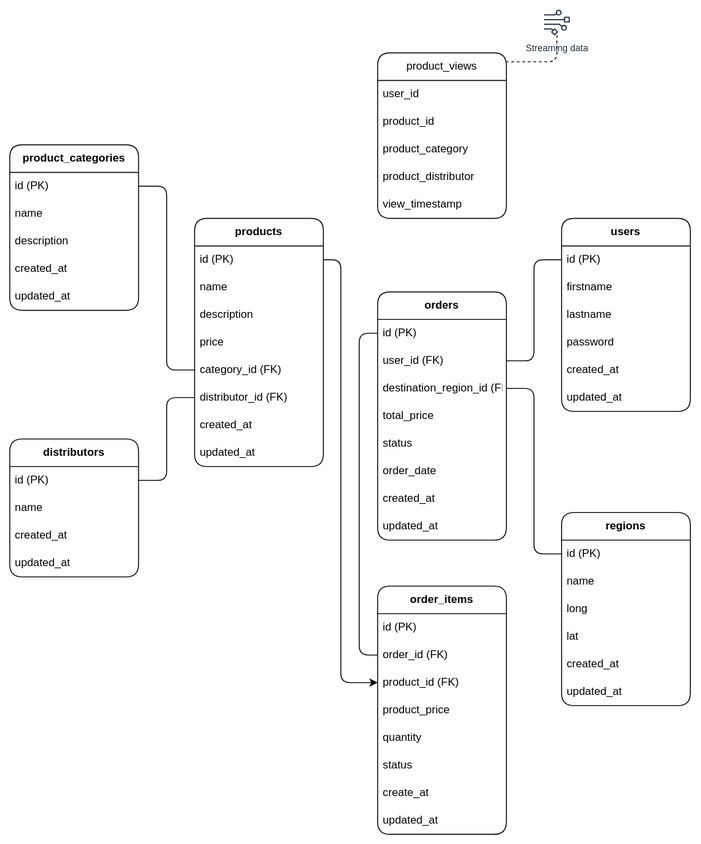
Before: resources/architecture/datamodel-sales-v1.drawio.svg, a diagram exported from draw.io (enricogoerlitz/explore-azure-databricks). Source tidied: cells renumbered, new cells last; positions are measured from the earlier drawing's top-left corner, leaving out a move shared by most shapes. Its diagram source:
```xml
<mxGraphModel background="#ffffff">
  <root>
    <mxCell id="0" />
    <mxCell id="1" parent="0" />
    <mxCell id="2" value="&lt;b&gt;users&lt;/b&gt;" style="swimlane;fontStyle=0;horizontal=1;startSize=30;whiteSpace=wrap;html=1;fillColor=default;rounded=1;" parent="1" vertex="1">
      <mxGeometry x="600" y="227" width="140" height="210" as="geometry" />
    </mxCell>
    <mxCell id="3" value="id (PK)" style="text;strokeColor=none;fillColor=none;align=left;verticalAlign=middle;spacingLeft=4;spacingRight=4;overflow=hidden;points=[[0,0.5],[1,0.5]];portConstraint=eastwest;whiteSpace=wrap;html=1;rounded=1;" parent="2" vertex="1">
      <mxGeometry y="30" width="140" height="30" as="geometry" />
    </mxCell>
    <mxCell id="4" value="firstname" style="text;strokeColor=none;fillColor=none;align=left;verticalAlign=middle;spacingLeft=4;spacingRight=4;overflow=hidden;whiteSpace=wrap;html=1;rounded=1;" parent="2" vertex="1">
      <mxGeometry y="60" width="140" height="30" as="geometry" />
    </mxCell>
    <mxCell id="5" value="lastname" style="text;strokeColor=none;fillColor=none;align=left;verticalAlign=middle;spacingLeft=4;spacingRight=4;overflow=hidden;whiteSpace=wrap;html=1;rounded=1;" parent="2" vertex="1">
      <mxGeometry y="90" width="140" height="30" as="geometry" />
    </mxCell>
    <mxCell id="6" value="password" style="text;strokeColor=none;fillColor=none;align=left;verticalAlign=middle;spacingLeft=4;spacingRight=4;overflow=hidden;whiteSpace=wrap;html=1;rounded=1;" parent="2" vertex="1">
      <mxGeometry y="120" width="140" height="30" as="geometry" />
    </mxCell>
    <mxCell id="7" value="created_at" style="text;strokeColor=none;fillColor=none;align=left;verticalAlign=middle;spacingLeft=4;spacingRight=4;overflow=hidden;whiteSpace=wrap;html=1;rounded=1;" parent="2" vertex="1">
      <mxGeometry y="150" width="140" height="30" as="geometry" />
    </mxCell>
    <mxCell id="8" value="&lt;div&gt;updated_at&lt;/div&gt;" style="text;strokeColor=none;fillColor=none;align=left;verticalAlign=middle;spacingLeft=4;spacingRight=4;overflow=hidden;whiteSpace=wrap;html=1;rounded=1;" parent="2" vertex="1">
      <mxGeometry y="180" width="140" height="30" as="geometry" />
    </mxCell>
    <mxCell id="9" value="&lt;b&gt;distributors&lt;/b&gt;" style="swimlane;fontStyle=0;horizontal=1;startSize=30;whiteSpace=wrap;html=1;fillColor=default;rounded=1;" parent="1" vertex="1">
      <mxGeometry y="467" width="140" height="150" as="geometry" />
    </mxCell>
    <mxCell id="10" value="id (PK)" style="text;strokeColor=none;fillColor=none;align=left;verticalAlign=middle;spacingLeft=4;spacingRight=4;overflow=hidden;points=[[0,0.5],[1,0.5]];portConstraint=eastwest;whiteSpace=wrap;html=1;rounded=1;" parent="9" vertex="1">
      <mxGeometry y="30" width="140" height="30" as="geometry" />
    </mxCell>
    <mxCell id="11" value="name" style="text;strokeColor=none;fillColor=none;align=left;verticalAlign=middle;spacingLeft=4;spacingRight=4;overflow=hidden;whiteSpace=wrap;html=1;rounded=1;" parent="9" vertex="1">
      <mxGeometry y="60" width="140" height="30" as="geometry" />
    </mxCell>
    <mxCell id="12" value="created_at" style="text;strokeColor=none;fillColor=none;align=left;verticalAlign=middle;spacingLeft=4;spacingRight=4;overflow=hidden;whiteSpace=wrap;html=1;rounded=1;" parent="9" vertex="1">
      <mxGeometry y="90" width="140" height="30" as="geometry" />
    </mxCell>
    <mxCell id="13" value="&lt;div&gt;updated_at&lt;/div&gt;" style="text;strokeColor=none;fillColor=none;align=left;verticalAlign=middle;spacingLeft=4;spacingRight=4;overflow=hidden;whiteSpace=wrap;html=1;rounded=1;" parent="9" vertex="1">
      <mxGeometry y="120" width="140" height="30" as="geometry" />
    </mxCell>
    <mxCell id="14" value="&lt;b&gt;product_categories&lt;/b&gt;" style="swimlane;fontStyle=0;horizontal=1;startSize=30;whiteSpace=wrap;html=1;fillColor=default;rounded=1;" parent="1" vertex="1">
      <mxGeometry y="147" width="140" height="180" as="geometry" />
    </mxCell>
    <mxCell id="15" value="id (PK)" style="text;strokeColor=none;fillColor=none;align=left;verticalAlign=middle;spacingLeft=4;spacingRight=4;overflow=hidden;points=[[0,0.5],[1,0.5]];portConstraint=eastwest;whiteSpace=wrap;html=1;rounded=1;" parent="14" vertex="1">
      <mxGeometry y="30" width="140" height="30" as="geometry" />
    </mxCell>
    <mxCell id="16" value="name" style="text;strokeColor=none;fillColor=none;align=left;verticalAlign=middle;spacingLeft=4;spacingRight=4;overflow=hidden;whiteSpace=wrap;html=1;rounded=1;" parent="14" vertex="1">
      <mxGeometry y="60" width="140" height="30" as="geometry" />
    </mxCell>
    <mxCell id="17" value="description" style="text;strokeColor=none;fillColor=none;align=left;verticalAlign=middle;spacingLeft=4;spacingRight=4;overflow=hidden;whiteSpace=wrap;html=1;rounded=1;" parent="14" vertex="1">
      <mxGeometry y="90" width="140" height="30" as="geometry" />
    </mxCell>
    <mxCell id="18" value="created_at" style="text;strokeColor=none;fillColor=none;align=left;verticalAlign=middle;spacingLeft=4;spacingRight=4;overflow=hidden;whiteSpace=wrap;html=1;rounded=1;" parent="14" vertex="1">
      <mxGeometry y="120" width="140" height="30" as="geometry" />
    </mxCell>
    <mxCell id="19" value="&lt;div&gt;updated_at&lt;/div&gt;" style="text;strokeColor=none;fillColor=none;align=left;verticalAlign=middle;spacingLeft=4;spacingRight=4;overflow=hidden;whiteSpace=wrap;html=1;rounded=1;" parent="14" vertex="1">
      <mxGeometry y="150" width="140" height="30" as="geometry" />
    </mxCell>
    <mxCell id="20" value="&lt;b&gt;regions&lt;/b&gt;" style="swimlane;fontStyle=0;horizontal=1;startSize=30;whiteSpace=wrap;html=1;fillColor=default;rounded=1;" parent="1" vertex="1">
      <mxGeometry x="600" y="547" width="140" height="210" as="geometry" />
    </mxCell>
    <mxCell id="21" value="id (PK)" style="text;strokeColor=none;fillColor=none;align=left;verticalAlign=middle;spacingLeft=4;spacingRight=4;overflow=hidden;points=[[0,0.5],[1,0.5]];portConstraint=eastwest;whiteSpace=wrap;html=1;rounded=1;" parent="20" vertex="1">
      <mxGeometry y="30" width="140" height="30" as="geometry" />
    </mxCell>
    <mxCell id="22" value="name" style="text;strokeColor=none;fillColor=none;align=left;verticalAlign=middle;spacingLeft=4;spacingRight=4;overflow=hidden;whiteSpace=wrap;html=1;rounded=1;" parent="20" vertex="1">
      <mxGeometry y="60" width="140" height="30" as="geometry" />
    </mxCell>
    <mxCell id="23" value="long" style="text;strokeColor=none;fillColor=none;align=left;verticalAlign=middle;spacingLeft=4;spacingRight=4;overflow=hidden;whiteSpace=wrap;html=1;rounded=1;" parent="20" vertex="1">
      <mxGeometry y="90" width="140" height="30" as="geometry" />
    </mxCell>
    <mxCell id="24" value="lat" style="text;strokeColor=none;fillColor=none;align=left;verticalAlign=middle;spacingLeft=4;spacingRight=4;overflow=hidden;whiteSpace=wrap;html=1;rounded=1;" parent="20" vertex="1">
      <mxGeometry y="120" width="140" height="30" as="geometry" />
    </mxCell>
    <mxCell id="25" value="created_at" style="text;strokeColor=none;fillColor=none;align=left;verticalAlign=middle;spacingLeft=4;spacingRight=4;overflow=hidden;whiteSpace=wrap;html=1;rounded=1;" parent="20" vertex="1">
      <mxGeometry y="150" width="140" height="30" as="geometry" />
    </mxCell>
    <mxCell id="26" value="&lt;div&gt;updated_at&lt;/div&gt;" style="text;strokeColor=none;fillColor=none;align=left;verticalAlign=middle;spacingLeft=4;spacingRight=4;overflow=hidden;whiteSpace=wrap;html=1;rounded=1;" parent="20" vertex="1">
      <mxGeometry y="180" width="140" height="30" as="geometry" />
    </mxCell>
    <mxCell id="27" value="&lt;b&gt;products&lt;/b&gt;" style="swimlane;fontStyle=0;horizontal=1;startSize=30;whiteSpace=wrap;html=1;fillColor=default;rounded=1;" parent="1" vertex="1">
      <mxGeometry x="201" y="227" width="140" height="270" as="geometry" />
    </mxCell>
    <mxCell id="28" value="id (PK)" style="text;strokeColor=none;fillColor=none;align=left;verticalAlign=middle;spacingLeft=4;spacingRight=4;overflow=hidden;points=[[0,0.5],[1,0.5]];portConstraint=eastwest;whiteSpace=wrap;html=1;rounded=1;" parent="27" vertex="1">
      <mxGeometry y="30" width="140" height="30" as="geometry" />
    </mxCell>
    <mxCell id="29" value="name" style="text;strokeColor=none;fillColor=none;align=left;verticalAlign=middle;spacingLeft=4;spacingRight=4;overflow=hidden;whiteSpace=wrap;html=1;rounded=1;" parent="27" vertex="1">
      <mxGeometry y="60" width="140" height="30" as="geometry" />
    </mxCell>
    <mxCell id="30" value="description" style="text;strokeColor=none;fillColor=none;align=left;verticalAlign=middle;spacingLeft=4;spacingRight=4;overflow=hidden;whiteSpace=wrap;html=1;rounded=1;" parent="27" vertex="1">
      <mxGeometry y="90" width="140" height="30" as="geometry" />
    </mxCell>
    <mxCell id="31" value="price" style="text;strokeColor=none;fillColor=none;align=left;verticalAlign=middle;spacingLeft=4;spacingRight=4;overflow=hidden;whiteSpace=wrap;html=1;rounded=1;" parent="27" vertex="1">
      <mxGeometry y="120" width="140" height="30" as="geometry" />
    </mxCell>
    <mxCell id="32" value="category_id (FK)" style="text;strokeColor=none;fillColor=none;align=left;verticalAlign=middle;spacingLeft=4;spacingRight=4;overflow=hidden;points=[[0,0.5],[1,0.5]];portConstraint=eastwest;whiteSpace=wrap;html=1;rounded=1;" parent="27" vertex="1">
      <mxGeometry y="150" width="140" height="30" as="geometry" />
    </mxCell>
    <mxCell id="33" value="distributor_id (FK)" style="text;strokeColor=none;fillColor=none;align=left;verticalAlign=middle;spacingLeft=4;spacingRight=4;overflow=hidden;points=[[0,0.5],[1,0.5]];portConstraint=eastwest;whiteSpace=wrap;html=1;rounded=1;" parent="27" vertex="1">
      <mxGeometry y="180" width="140" height="30" as="geometry" />
    </mxCell>
    <mxCell id="34" value="created_at" style="text;strokeColor=none;fillColor=none;align=left;verticalAlign=middle;spacingLeft=4;spacingRight=4;overflow=hidden;whiteSpace=wrap;html=1;rounded=1;" parent="27" vertex="1">
      <mxGeometry y="210" width="140" height="30" as="geometry" />
    </mxCell>
    <mxCell id="35" value="&lt;div&gt;updated_at&lt;/div&gt;" style="text;strokeColor=none;fillColor=none;align=left;verticalAlign=middle;spacingLeft=4;spacingRight=4;overflow=hidden;whiteSpace=wrap;html=1;rounded=1;" parent="27" vertex="1">
      <mxGeometry y="240" width="140" height="30" as="geometry" />
    </mxCell>
    <mxCell id="36" value="&lt;b&gt;orders&lt;/b&gt;" style="swimlane;fontStyle=0;horizontal=1;startSize=30;whiteSpace=wrap;html=1;fillColor=default;rounded=1;" parent="1" vertex="1">
      <mxGeometry x="400" y="307" width="140" height="270" as="geometry" />
    </mxCell>
    <mxCell id="37" value="id (PK)" style="text;strokeColor=none;fillColor=none;align=left;verticalAlign=middle;spacingLeft=4;spacingRight=4;overflow=hidden;points=[[0,0.5],[1,0.5]];portConstraint=eastwest;whiteSpace=wrap;html=1;rounded=1;" parent="36" vertex="1">
      <mxGeometry y="30" width="140" height="30" as="geometry" />
    </mxCell>
    <mxCell id="38" value="user_id&amp;nbsp;(FK)" style="text;strokeColor=none;fillColor=none;align=left;verticalAlign=middle;spacingLeft=4;spacingRight=4;overflow=hidden;points=[[0,0.5],[1,0.5]];portConstraint=eastwest;whiteSpace=wrap;html=1;rounded=1;" parent="36" vertex="1">
      <mxGeometry y="60" width="140" height="30" as="geometry" />
    </mxCell>
    <mxCell id="39" value="destination_region_id&amp;nbsp;(FK)" style="text;strokeColor=none;fillColor=none;align=left;verticalAlign=middle;spacingLeft=4;spacingRight=4;overflow=hidden;points=[[0,0.5],[1,0.5]];portConstraint=eastwest;whiteSpace=wrap;html=1;rounded=1;" parent="36" vertex="1">
      <mxGeometry y="90" width="140" height="30" as="geometry" />
    </mxCell>
    <mxCell id="40" value="total_price" style="text;strokeColor=none;fillColor=none;align=left;verticalAlign=middle;spacingLeft=4;spacingRight=4;overflow=hidden;whiteSpace=wrap;html=1;rounded=1;" parent="36" vertex="1">
      <mxGeometry y="120" width="140" height="30" as="geometry" />
    </mxCell>
    <mxCell id="41" value="status" style="text;strokeColor=none;fillColor=none;align=left;verticalAlign=middle;spacingLeft=4;spacingRight=4;overflow=hidden;whiteSpace=wrap;html=1;rounded=1;" parent="36" vertex="1">
      <mxGeometry y="150" width="140" height="30" as="geometry" />
    </mxCell>
    <mxCell id="42" value="order_date" style="text;strokeColor=none;fillColor=none;align=left;verticalAlign=middle;spacingLeft=4;spacingRight=4;overflow=hidden;whiteSpace=wrap;html=1;rounded=1;" parent="36" vertex="1">
      <mxGeometry y="180" width="140" height="30" as="geometry" />
    </mxCell>
    <mxCell id="43" value="created_at" style="text;strokeColor=none;fillColor=none;align=left;verticalAlign=middle;spacingLeft=4;spacingRight=4;overflow=hidden;whiteSpace=wrap;html=1;rounded=1;" parent="36" vertex="1">
      <mxGeometry y="210" width="140" height="30" as="geometry" />
    </mxCell>
    <mxCell id="44" value="updated_at" style="text;strokeColor=none;fillColor=none;align=left;verticalAlign=middle;spacingLeft=4;spacingRight=4;overflow=hidden;whiteSpace=wrap;html=1;rounded=1;" parent="36" vertex="1">
      <mxGeometry y="240" width="140" height="30" as="geometry" />
    </mxCell>
    <mxCell id="45" value="&lt;b&gt;order_items&lt;/b&gt;" style="swimlane;fontStyle=0;horizontal=1;startSize=30;whiteSpace=wrap;html=1;fillColor=default;rounded=1;" parent="1" vertex="1">
      <mxGeometry x="400" y="627" width="140" height="270" as="geometry" />
    </mxCell>
    <mxCell id="46" value="id (PK)" style="text;strokeColor=none;fillColor=none;align=left;verticalAlign=middle;spacingLeft=4;spacingRight=4;overflow=hidden;whiteSpace=wrap;html=1;rounded=1;" parent="45" vertex="1">
      <mxGeometry y="30" width="140" height="30" as="geometry" />
    </mxCell>
    <mxCell id="47" value="order_id (FK)" style="text;strokeColor=none;fillColor=none;align=left;verticalAlign=middle;spacingLeft=4;spacingRight=4;overflow=hidden;points=[[0,0.5],[1,0.5]];portConstraint=eastwest;whiteSpace=wrap;html=1;rounded=1;" parent="45" vertex="1">
      <mxGeometry y="60" width="140" height="30" as="geometry" />
    </mxCell>
    <mxCell id="48" value="product_id (FK)" style="text;strokeColor=none;fillColor=none;align=left;verticalAlign=middle;spacingLeft=4;spacingRight=4;overflow=hidden;points=[[0,0.5],[1,0.5]];portConstraint=eastwest;whiteSpace=wrap;html=1;rounded=1;" parent="45" vertex="1">
      <mxGeometry y="90" width="140" height="30" as="geometry" />
    </mxCell>
    <mxCell id="49" value="product_price" style="text;strokeColor=none;fillColor=none;align=left;verticalAlign=middle;spacingLeft=4;spacingRight=4;overflow=hidden;whiteSpace=wrap;html=1;rounded=1;" parent="45" vertex="1">
      <mxGeometry y="120" width="140" height="30" as="geometry" />
    </mxCell>
    <mxCell id="50" value="quantity" style="text;strokeColor=none;fillColor=none;align=left;verticalAlign=middle;spacingLeft=4;spacingRight=4;overflow=hidden;whiteSpace=wrap;html=1;rounded=1;" parent="45" vertex="1">
      <mxGeometry y="150" width="140" height="30" as="geometry" />
    </mxCell>
    <mxCell id="51" value="status" style="text;strokeColor=none;fillColor=none;align=left;verticalAlign=middle;spacingLeft=4;spacingRight=4;overflow=hidden;whiteSpace=wrap;html=1;rounded=1;" parent="45" vertex="1">
      <mxGeometry y="180" width="140" height="30" as="geometry" />
    </mxCell>
    <mxCell id="52" value="create_at" style="text;strokeColor=none;fillColor=none;align=left;verticalAlign=middle;spacingLeft=4;spacingRight=4;overflow=hidden;whiteSpace=wrap;html=1;rounded=1;" parent="45" vertex="1">
      <mxGeometry y="210" width="140" height="30" as="geometry" />
    </mxCell>
    <mxCell id="53" value="updated_at" style="text;strokeColor=none;fillColor=none;align=left;verticalAlign=middle;spacingLeft=4;spacingRight=4;overflow=hidden;whiteSpace=wrap;html=1;rounded=1;" parent="45" vertex="1">
      <mxGeometry y="240" width="140" height="30" as="geometry" />
    </mxCell>
    <mxCell id="54" style="edgeStyle=orthogonalEdgeStyle;rounded=1;jettySize=auto;html=1;endArrow=none;endFill=0;" parent="1" edge="1" source="21" target="39">
      <mxGeometry relative="1" as="geometry" />
    </mxCell>
    <mxCell id="55" style="edgeStyle=orthogonalEdgeStyle;rounded=1;jettySize=auto;html=1;endArrow=none;endFill=0;" parent="1" edge="1" source="10" target="33">
      <mxGeometry relative="1" as="geometry" />
    </mxCell>
    <mxCell id="56" style="edgeStyle=orthogonalEdgeStyle;rounded=1;jettySize=auto;html=1;endArrow=none;endFill=0;" parent="1" edge="1" source="15" target="32">
      <mxGeometry relative="1" as="geometry" />
    </mxCell>
    <mxCell id="57" style="edgeStyle=orthogonalEdgeStyle;rounded=1;jettySize=auto;html=1;endArrow=none;endFill=0;" parent="1" edge="1" source="3" target="38">
      <mxGeometry relative="1" as="geometry" />
    </mxCell>
    <mxCell id="58" style="edgeStyle=orthogonalEdgeStyle;rounded=1;jettySize=auto;html=1;endArrow=none;endFill=0;dashed=1;exitX=0.995;exitY=0.054;exitDx=0;exitDy=0;exitPerimeter=0;" parent="1" edge="1" source="59" target="65">
      <mxGeometry relative="1" as="geometry" />
    </mxCell>
    <mxCell id="59" value="product_views" style="swimlane;fontStyle=0;horizontal=1;startSize=30;whiteSpace=wrap;html=1;rounded=1;" parent="1" vertex="1">
      <mxGeometry x="400" y="47" width="140" height="180" as="geometry" />
    </mxCell>
    <mxCell id="60" value="user_id" style="text;strokeColor=none;fillColor=none;align=left;verticalAlign=middle;spacingLeft=4;spacingRight=4;overflow=hidden;whiteSpace=wrap;html=1;rounded=1;" parent="59" vertex="1">
      <mxGeometry y="30" width="140" height="30" as="geometry" />
    </mxCell>
    <mxCell id="61" value="product_id" style="text;strokeColor=none;fillColor=none;align=left;verticalAlign=middle;spacingLeft=4;spacingRight=4;overflow=hidden;whiteSpace=wrap;html=1;rounded=1;" parent="59" vertex="1">
      <mxGeometry y="60" width="140" height="30" as="geometry" />
    </mxCell>
    <mxCell id="62" value="product_category" style="text;strokeColor=none;fillColor=none;align=left;verticalAlign=middle;spacingLeft=4;spacingRight=4;overflow=hidden;whiteSpace=wrap;html=1;rounded=1;" parent="59" vertex="1">
      <mxGeometry y="90" width="140" height="30" as="geometry" />
    </mxCell>
    <mxCell id="63" value="product_distributor" style="text;strokeColor=none;fillColor=none;align=left;verticalAlign=middle;spacingLeft=4;spacingRight=4;overflow=hidden;whiteSpace=wrap;html=1;rounded=1;" parent="59" vertex="1">
      <mxGeometry y="120" width="140" height="30" as="geometry" />
    </mxCell>
    <mxCell id="64" value="view_timestamp" style="text;strokeColor=none;fillColor=none;align=left;verticalAlign=middle;spacingLeft=4;spacingRight=4;overflow=hidden;whiteSpace=wrap;html=1;rounded=1;" parent="59" vertex="1">
      <mxGeometry y="150" width="140" height="30" as="geometry" />
    </mxCell>
    <mxCell id="65" value="&lt;font style=&quot;font-size: 10px;&quot;&gt;Streaming data&lt;/font&gt;" style="sketch=0;outlineConnect=0;fontColor=#232F3E;gradientColor=none;fillColor=#232F3D;strokeColor=none;dashed=0;verticalLabelPosition=bottom;verticalAlign=top;align=center;html=1;fontSize=12;fontStyle=0;shape=mxgraph.aws4.data_stream;rounded=1;" parent="1" vertex="1">
      <mxGeometry x="581" width="28" height="28" as="geometry" />
    </mxCell>
    <mxCell id="66" style="edgeStyle=orthogonalEdgeStyle;rounded=1;jettySize=auto;html=1;entryX=0;entryY=0.5;entryDx=0;entryDy=0;endArrow=none;endFill=0;" parent="1" edge="1" source="37" target="47">
      <mxGeometry relative="1" as="geometry" />
    </mxCell>
    <mxCell id="67" style="edgeStyle=orthogonalEdgeStyle;rounded=1;jettySize=auto;html=1;" parent="1" edge="1" source="28" target="48">
      <mxGeometry relative="1" as="geometry">
        <Array as="points">
          <mxPoint x="360" y="272" />
          <mxPoint x="360" y="732" />
        </Array>
      </mxGeometry>
    </mxCell>
  </root>
</mxGraphModel>
```
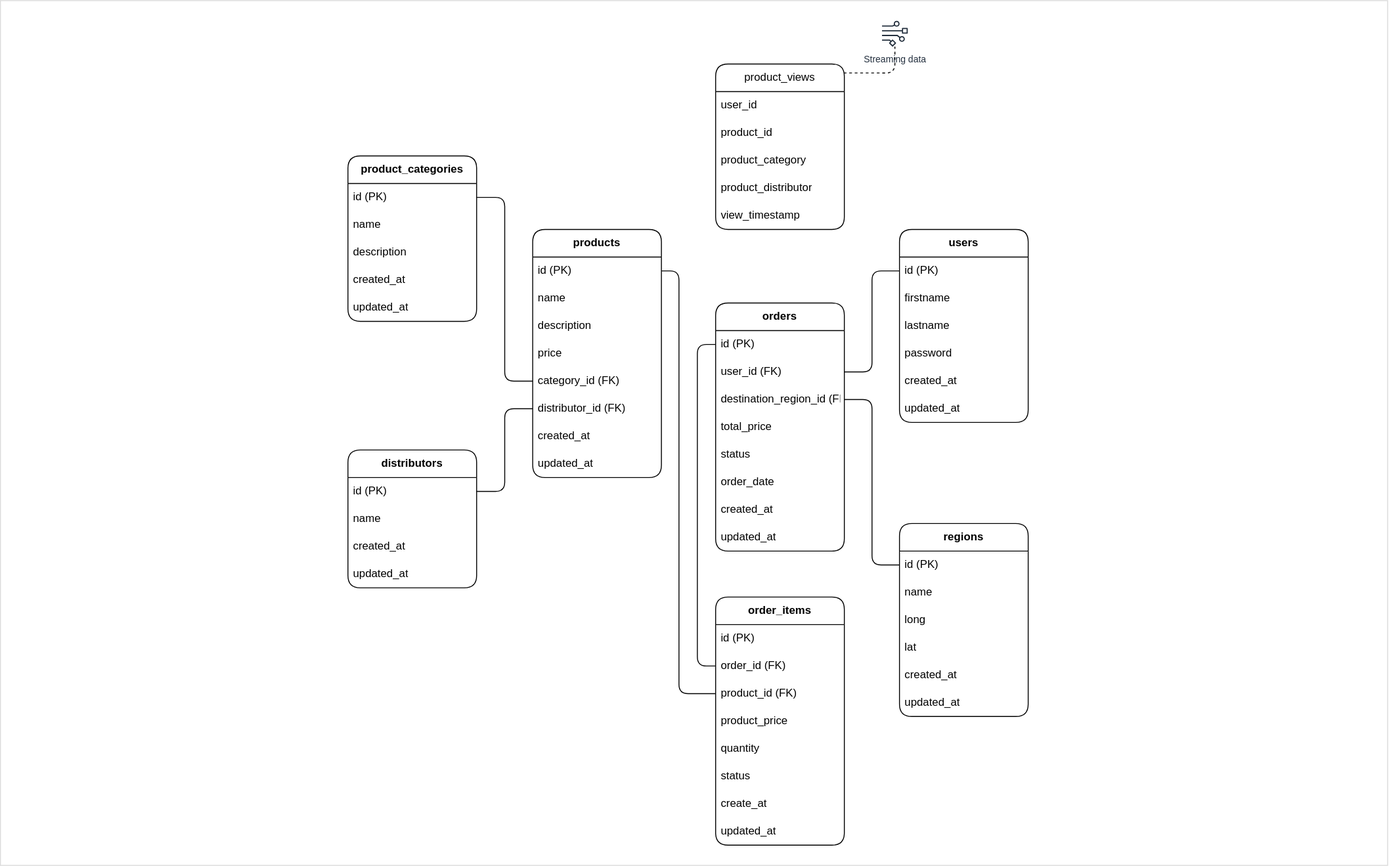
Above is the later version.

Diff of the diagram source:
```diff
@@ -197,7 +197,7 @@
     <mxCell id="66" style="edgeStyle=orthogonalEdgeStyle;rounded=1;jettySize=auto;html=1;entryX=0;entryY=0.5;entryDx=0;entryDy=0;endArrow=none;endFill=0;" parent="1" edge="1" source="37" target="47">
       <mxGeometry relative="1" as="geometry" />
     </mxCell>
-    <mxCell id="67" style="edgeStyle=orthogonalEdgeStyle;rounded=1;jettySize=auto;html=1;" parent="1" edge="1" source="28" target="48">
+    <mxCell id="67" style="edgeStyle=orthogonalEdgeStyle;rounded=1;jettySize=auto;html=1;endArrow=none;startFill=0;" parent="1" edge="1" source="28" target="48">
       <mxGeometry relative="1" as="geometry">
         <Array as="points">
           <mxPoint x="360" y="272" />
@@ -205,5 +205,8 @@
         </Array>
       </mxGeometry>
     </mxCell>
+    <mxCell id="68" style="rounded=0;whiteSpace=wrap;html=1;fillColor=none;strokeColor=light-dark(#dbdbdb, #ededed);strokeWidth=1;" parent="1" vertex="1">
+      <mxGeometry x="-378" y="-22" width="1509" height="941" as="geometry" />
+    </mxCell>
   </root>
 </mxGraphModel>
```
